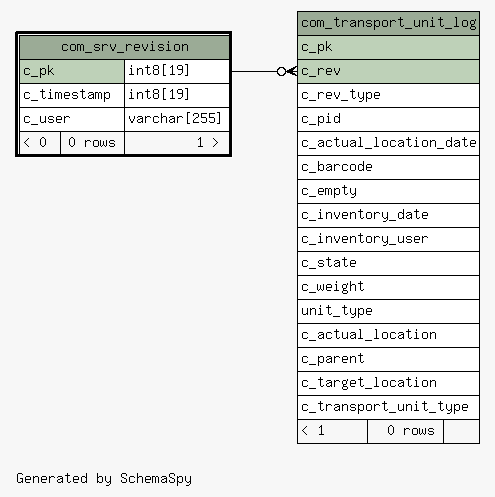
Above: 1.7.0-SNAPSHOT/schemaspy/diagrams/com_srv_revision.1degree.png in openwms/org.openwms.common.service.lib (Graphviz), before the change. Its source is kept beside it as 1.7.0-SNAPSHOT/schemaspy/diagrams/com_srv_revision.1degree.dot.
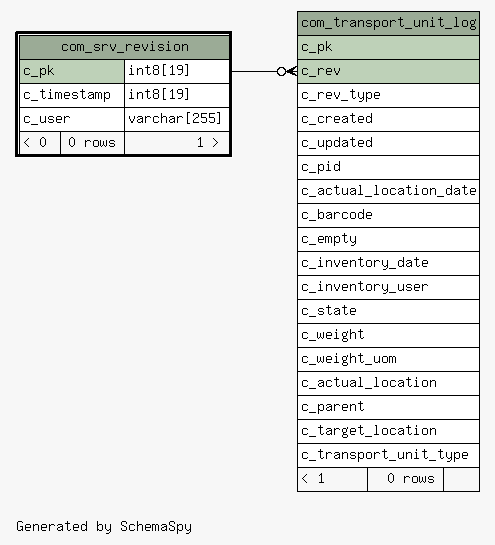
The same file after the commit.

Change to the diagram source:
```diff
@@ -37,6 +37,8 @@
       <TR><TD PORT="c_pk" COLSPAN="3" BGCOLOR="#bed1b8" ALIGN="LEFT">c_pk</TD></TR>
       <TR><TD PORT="c_rev" COLSPAN="3" BGCOLOR="#bed1b8" ALIGN="LEFT">c_rev</TD></TR>
       <TR><TD PORT="c_rev_type" COLSPAN="3" ALIGN="LEFT">c_rev_type</TD></TR>
+      <TR><TD PORT="c_created" COLSPAN="3" ALIGN="LEFT">c_created</TD></TR>
+      <TR><TD PORT="c_updated" COLSPAN="3" ALIGN="LEFT">c_updated</TD></TR>
       <TR><TD PORT="c_pid" COLSPAN="3" ALIGN="LEFT">c_pid</TD></TR>
       <TR><TD PORT="c_actual_location_date" COLSPAN="3" ALIGN="LEFT">c_actual_location_date</TD></TR>
       <TR><TD PORT="c_barcode" COLSPAN="3" ALIGN="LEFT">c_barcode</TD></TR>
@@ -45,7 +47,7 @@
       <TR><TD PORT="c_inventory_user" COLSPAN="3" ALIGN="LEFT">c_inventory_user</TD></TR>
       <TR><TD PORT="c_state" COLSPAN="3" ALIGN="LEFT">c_state</TD></TR>
       <TR><TD PORT="c_weight" COLSPAN="3" ALIGN="LEFT">c_weight</TD></TR>
-      <TR><TD PORT="unit_type" COLSPAN="3" ALIGN="LEFT">unit_type</TD></TR>
+      <TR><TD PORT="c_weight_uom" COLSPAN="3" ALIGN="LEFT">c_weight_uom</TD></TR>
       <TR><TD PORT="c_actual_location" COLSPAN="3" ALIGN="LEFT">c_actual_location</TD></TR>
       <TR><TD PORT="c_parent" COLSPAN="3" ALIGN="LEFT">c_parent</TD></TR>
       <TR><TD PORT="c_target_location" COLSPAN="3" ALIGN="LEFT">c_target_location</TD></TR>
```
